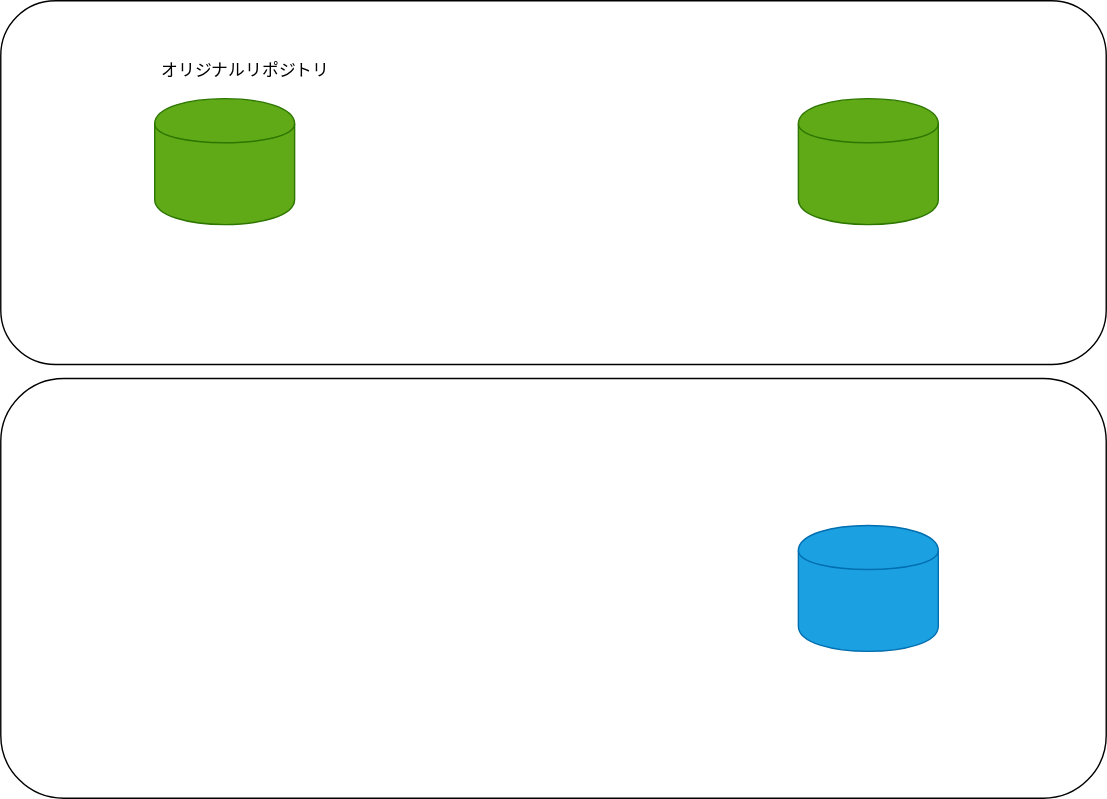
Above: hoge.drawio.svg in kumamogeo/mergetest (draw.io), before the change. Source tidied: cells renumbered, new cells last; positions are measured from the earlier drawing's top-left corner, leaving out a move shared by most shapes.
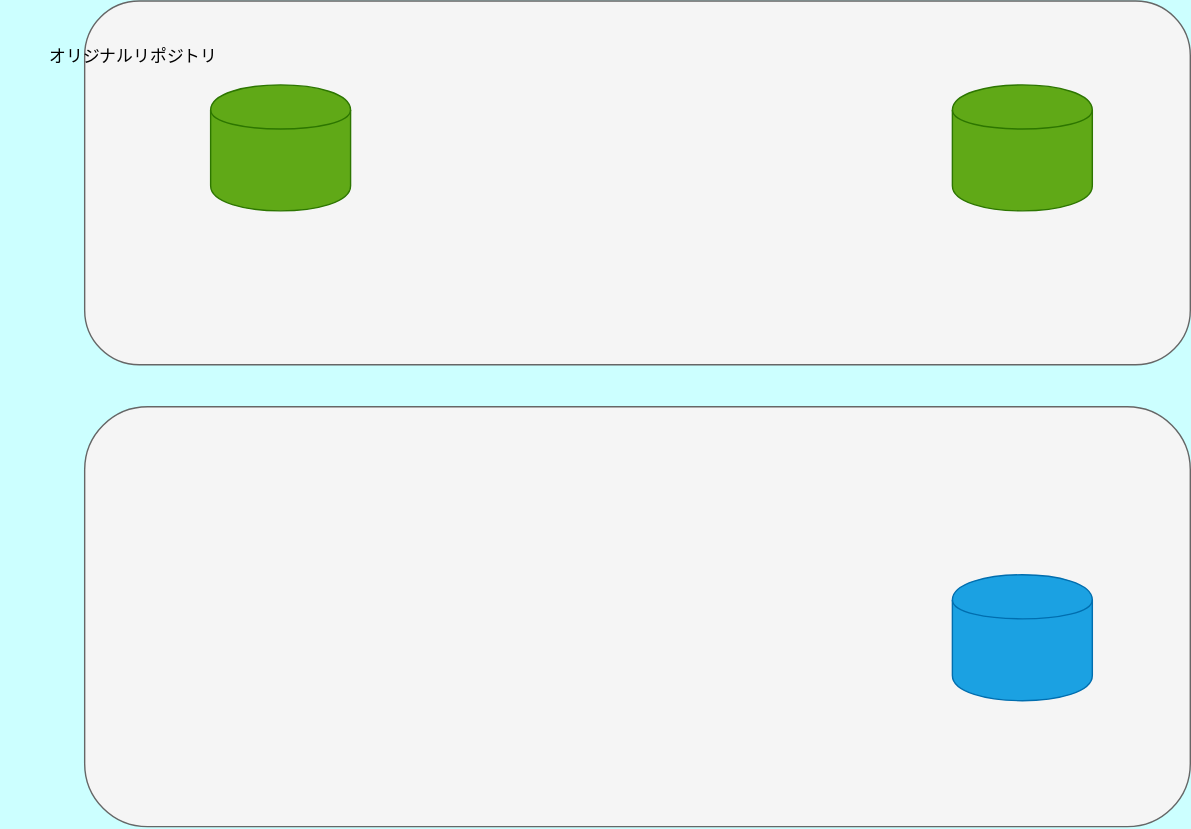
The same file after the commit.

What changed in the source:
```diff
@@ -1,21 +1,21 @@
-<mxGraphModel>
+<mxGraphModel background="#CCFFFF">
   <root>
     <mxCell id="0" />
     <mxCell id="1" parent="0" />
-    <mxCell id="2" style="rounded=1;whiteSpace=wrap;html=1;" parent="1" vertex="1">
-      <mxGeometry width="790" height="260" as="geometry" />
+    <mxCell id="2" style="rounded=1;whiteSpace=wrap;html=1;fillColor=#f5f5f5;strokeColor=#666666;fontColor=#333333;" parent="1" vertex="1">
+      <mxGeometry x="140" y="10" width="790" height="260" as="geometry" />
     </mxCell>
-    <mxCell id="3" style="rounded=1;whiteSpace=wrap;html=1;" parent="1" vertex="1">
-      <mxGeometry y="270" width="790" height="300" as="geometry" />
+    <mxCell id="3" style="rounded=1;whiteSpace=wrap;html=1;fillColor=#f5f5f5;strokeColor=#666666;fontColor=#333333;" parent="1" vertex="1">
+      <mxGeometry x="140" y="300" width="790" height="300" as="geometry" />
     </mxCell>
     <mxCell id="4" style="shape=cylinder;whiteSpace=wrap;html=1;boundedLbl=1;backgroundOutline=1;fillColor=#60a917;strokeColor=#2D7600;fontColor=#ffffff;" parent="1" vertex="1">
-      <mxGeometry x="110" y="70" width="100" height="90" as="geometry" />
+      <mxGeometry x="230" y="70" width="100" height="90" as="geometry" />
     </mxCell>
     <mxCell id="5" style="shape=cylinder;whiteSpace=wrap;html=1;boundedLbl=1;backgroundOutline=1;fillColor=#60a917;strokeColor=#2D7600;fontColor=#ffffff;" parent="1" vertex="1">
-      <mxGeometry x="570" y="70" width="100" height="90" as="geometry" />
+      <mxGeometry x="760" y="70" width="100" height="90" as="geometry" />
     </mxCell>
     <mxCell id="6" style="shape=cylinder;whiteSpace=wrap;html=1;boundedLbl=1;backgroundOutline=1;fillColor=#1ba1e2;strokeColor=#006EAF;fontColor=#ffffff;" parent="1" vertex="1">
-      <mxGeometry x="570" y="375" width="100" height="90" as="geometry" />
+      <mxGeometry x="760" y="420" width="100" height="90" as="geometry" />
     </mxCell>
     <mxCell id="7" value="オリジナルリポジトリ" style="text;html=1;strokeColor=none;fillColor=none;align=center;verticalAlign=middle;whiteSpace=wrap;rounded=0;fontFamily=Helvetica;" parent="1" vertex="1">
       <mxGeometry x="80" y="40" width="190" height="20" as="geometry" />
```
